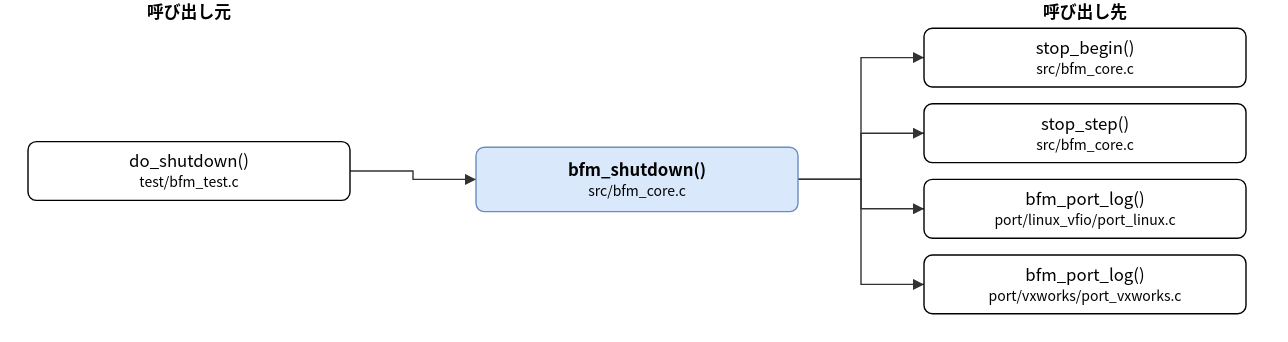
Above: doc/spec/images/call_src_bfm_core-bfm_shutdown.drawio.svg in hf355051012-ai/bfmem (draw.io), before the change. Source tidied: cells renumbered, new cells last; positions are measured from the earlier drawing's top-left corner, leaving out a move shared by most shapes.
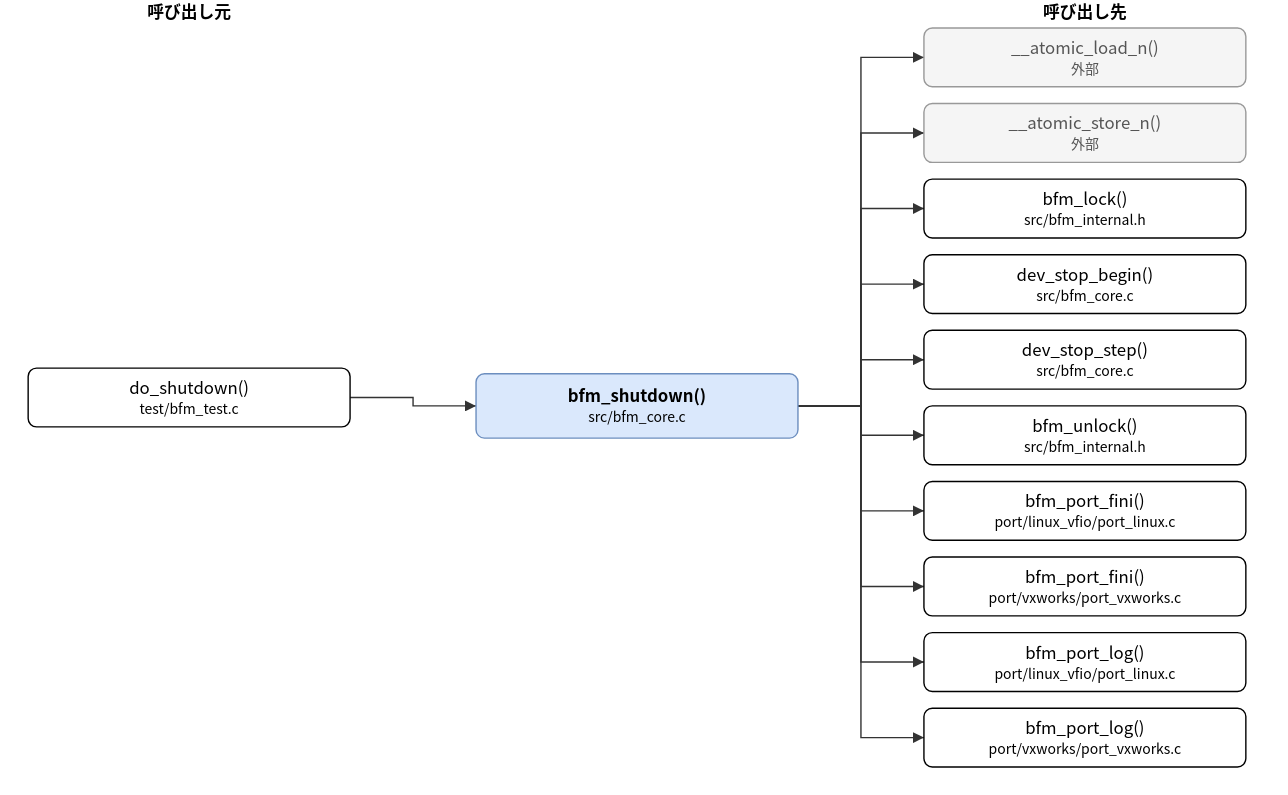
The same file after the commit.

What changed in the source:
```diff
@@ -3,35 +3,53 @@
     <mxCell id="0" />
     <mxCell id="1" parent="0" />
     <mxCell id="2" value="bfm_shutdown()&lt;br&gt;&lt;font style=&quot;font-size:10px&quot;&gt;src/bfm_core.c&lt;/font&gt;" style="rounded=1;whiteSpace=wrap;html=1;fillColor=#dae8fc;strokeColor=#6c8ebf;fontStyle=1;" parent="1" vertex="1">
-      <mxGeometry x="320" y="105" width="230" height="46" as="geometry" />
+      <mxGeometry x="320" y="267" width="230" height="46" as="geometry" />
     </mxCell>
     <mxCell id="3" value="do_shutdown()&lt;br&gt;&lt;font style=&quot;font-size:10px&quot;&gt;test/bfm_test.c&lt;/font&gt;" style="rounded=1;whiteSpace=wrap;html=1;" parent="1" vertex="1">
-      <mxGeometry y="101" width="230" height="42" as="geometry" />
+      <mxGeometry y="263" width="230" height="42" as="geometry" />
     </mxCell>
-    <mxCell id="4" value="stop_begin()&lt;br&gt;&lt;font style=&quot;font-size:10px&quot;&gt;src/bfm_core.c&lt;/font&gt;" style="rounded=1;whiteSpace=wrap;html=1;" parent="1" vertex="1">
+    <mxCell id="4" value="__atomic_load_n()&lt;br&gt;&lt;font style=&quot;font-size:10px&quot;&gt;外部&lt;/font&gt;" style="rounded=1;whiteSpace=wrap;html=1;fillColor=#f5f5f5;strokeColor=#999999;fontColor=#555555;" parent="1" vertex="1">
       <mxGeometry x="640" y="20" width="230" height="42" as="geometry" />
     </mxCell>
-    <mxCell id="5" value="stop_step()&lt;br&gt;&lt;font style=&quot;font-size:10px&quot;&gt;src/bfm_core.c&lt;/font&gt;" style="rounded=1;whiteSpace=wrap;html=1;" parent="1" vertex="1">
+    <mxCell id="5" value="__atomic_store_n()&lt;br&gt;&lt;font style=&quot;font-size:10px&quot;&gt;外部&lt;/font&gt;" style="rounded=1;whiteSpace=wrap;html=1;fillColor=#f5f5f5;strokeColor=#999999;fontColor=#555555;" parent="1" vertex="1">
       <mxGeometry x="640" y="74" width="230" height="42" as="geometry" />
     </mxCell>
-    <mxCell id="6" value="bfm_port_log()&lt;br&gt;&lt;font style=&quot;font-size:10px&quot;&gt;port/linux_vfio/port_linux.c&lt;/font&gt;" style="rounded=1;whiteSpace=wrap;html=1;" parent="1" vertex="1">
+    <mxCell id="6" value="bfm_lock()&lt;br&gt;&lt;font style=&quot;font-size:10px&quot;&gt;src/bfm_internal.h&lt;/font&gt;" style="rounded=1;whiteSpace=wrap;html=1;" parent="1" vertex="1">
       <mxGeometry x="640" y="128" width="230" height="42" as="geometry" />
     </mxCell>
-    <mxCell id="7" value="bfm_port_log()&lt;br&gt;&lt;font style=&quot;font-size:10px&quot;&gt;port/vxworks/port_vxworks.c&lt;/font&gt;" style="rounded=1;whiteSpace=wrap;html=1;" parent="1" vertex="1">
+    <mxCell id="7" value="dev_stop_begin()&lt;br&gt;&lt;font style=&quot;font-size:10px&quot;&gt;src/bfm_core.c&lt;/font&gt;" style="rounded=1;whiteSpace=wrap;html=1;" parent="1" vertex="1">
       <mxGeometry x="640" y="182" width="230" height="42" as="geometry" />
     </mxCell>
+    <mxCell id="15" value="dev_stop_step()&lt;br&gt;&lt;font style=&quot;font-size:10px&quot;&gt;src/bfm_core.c&lt;/font&gt;" style="rounded=1;whiteSpace=wrap;html=1;" parent="1" vertex="1">
+      <mxGeometry x="640" y="236" width="230" height="42" as="geometry" />
+    </mxCell>
+    <mxCell id="16" value="bfm_unlock()&lt;br&gt;&lt;font style=&quot;font-size:10px&quot;&gt;src/bfm_internal.h&lt;/font&gt;" style="rounded=1;whiteSpace=wrap;html=1;" parent="1" vertex="1">
+      <mxGeometry x="640" y="290" width="230" height="42" as="geometry" />
+    </mxCell>
+    <mxCell id="17" value="bfm_port_fini()&lt;br&gt;&lt;font style=&quot;font-size:10px&quot;&gt;port/linux_vfio/port_linux.c&lt;/font&gt;" style="rounded=1;whiteSpace=wrap;html=1;" parent="1" vertex="1">
+      <mxGeometry x="640" y="344" width="230" height="42" as="geometry" />
+    </mxCell>
+    <mxCell id="18" value="bfm_port_fini()&lt;br&gt;&lt;font style=&quot;font-size:10px&quot;&gt;port/vxworks/port_vxworks.c&lt;/font&gt;" style="rounded=1;whiteSpace=wrap;html=1;" parent="1" vertex="1">
+      <mxGeometry x="640" y="398" width="230" height="42" as="geometry" />
+    </mxCell>
+    <mxCell id="19" value="bfm_port_log()&lt;br&gt;&lt;font style=&quot;font-size:10px&quot;&gt;port/linux_vfio/port_linux.c&lt;/font&gt;" style="rounded=1;whiteSpace=wrap;html=1;" parent="1" vertex="1">
+      <mxGeometry x="640" y="452" width="230" height="42" as="geometry" />
+    </mxCell>
+    <mxCell id="20" value="bfm_port_log()&lt;br&gt;&lt;font style=&quot;font-size:10px&quot;&gt;port/vxworks/port_vxworks.c&lt;/font&gt;" style="rounded=1;whiteSpace=wrap;html=1;" parent="1" vertex="1">
+      <mxGeometry x="640" y="506" width="230" height="42" as="geometry" />
+    </mxCell>
     <mxCell id="8" style="edgeStyle=none;html=1;rounded=0;endArrow=block;endFill=1;exitX=1.0000;exitY=0.5000;exitDx=0;exitDy=0;exitPerimeter=0;entryX=0.0000;entryY=0.5000;entryDx=0;entryDy=0;entryPerimeter=0;" parent="1" edge="1" source="3" target="2">
       <mxGeometry relative="1" as="geometry">
         <Array as="points">
-          <mxPoint x="275" y="122" />
-          <mxPoint x="275" y="128" />
+          <mxPoint x="275" y="284" />
+          <mxPoint x="275" y="290" />
         </Array>
       </mxGeometry>
     </mxCell>
     <mxCell id="9" style="edgeStyle=none;html=1;rounded=0;endArrow=block;endFill=1;exitX=1.0000;exitY=0.5000;exitDx=0;exitDy=0;exitPerimeter=0;entryX=0.0000;entryY=0.5000;entryDx=0;entryDy=0;entryPerimeter=0;" parent="1" edge="1" source="2" target="4">
       <mxGeometry relative="1" as="geometry">
         <Array as="points">
-          <mxPoint x="595" y="128" />
+          <mxPoint x="595" y="290" />
           <mxPoint x="595" y="41" />
         </Array>
       </mxGeometry>
@@ -39,7 +57,7 @@
     <mxCell id="10" style="edgeStyle=none;html=1;rounded=0;endArrow=block;endFill=1;exitX=1.0000;exitY=0.5000;exitDx=0;exitDy=0;exitPerimeter=0;entryX=0.0000;entryY=0.5000;entryDx=0;entryDy=0;entryPerimeter=0;" parent="1" edge="1" source="2" target="5">
       <mxGeometry relative="1" as="geometry">
         <Array as="points">
-          <mxPoint x="595" y="128" />
+          <mxPoint x="595" y="290" />
           <mxPoint x="595" y="95" />
         </Array>
       </mxGeometry>
@@ -47,7 +65,7 @@
     <mxCell id="11" style="edgeStyle=none;html=1;rounded=0;endArrow=block;endFill=1;exitX=1.0000;exitY=0.5000;exitDx=0;exitDy=0;exitPerimeter=0;entryX=0.0000;entryY=0.5000;entryDx=0;entryDy=0;entryPerimeter=0;" parent="1" edge="1" source="2" target="6">
       <mxGeometry relative="1" as="geometry">
         <Array as="points">
-          <mxPoint x="595" y="128" />
+          <mxPoint x="595" y="290" />
           <mxPoint x="595" y="149" />
         </Array>
       </mxGeometry>
@@ -55,11 +73,59 @@
     <mxCell id="12" style="edgeStyle=none;html=1;rounded=0;endArrow=block;endFill=1;exitX=1.0000;exitY=0.5000;exitDx=0;exitDy=0;exitPerimeter=0;entryX=0.0000;entryY=0.5000;entryDx=0;entryDy=0;entryPerimeter=0;" parent="1" edge="1" source="2" target="7">
       <mxGeometry relative="1" as="geometry">
         <Array as="points">
-          <mxPoint x="595" y="128" />
+          <mxPoint x="595" y="290" />
           <mxPoint x="595" y="203" />
         </Array>
       </mxGeometry>
     </mxCell>
+    <mxCell id="21" style="edgeStyle=none;html=1;rounded=0;endArrow=block;endFill=1;exitX=1.0000;exitY=0.5000;exitDx=0;exitDy=0;exitPerimeter=0;entryX=0.0000;entryY=0.5000;entryDx=0;entryDy=0;entryPerimeter=0;" parent="1" edge="1" source="2" target="15">
+      <mxGeometry relative="1" as="geometry">
+        <Array as="points">
+          <mxPoint x="595" y="290" />
+          <mxPoint x="595" y="257" />
+        </Array>
+      </mxGeometry>
+    </mxCell>
+    <mxCell id="22" style="edgeStyle=none;html=1;rounded=0;endArrow=block;endFill=1;exitX=1.0000;exitY=0.5000;exitDx=0;exitDy=0;exitPerimeter=0;entryX=0.0000;entryY=0.5000;entryDx=0;entryDy=0;entryPerimeter=0;" parent="1" edge="1" source="2" target="16">
+      <mxGeometry relative="1" as="geometry">
+        <Array as="points">
+          <mxPoint x="595" y="290" />
+          <mxPoint x="595" y="311" />
+        </Array>
+      </mxGeometry>
+    </mxCell>
+    <mxCell id="23" style="edgeStyle=none;html=1;rounded=0;endArrow=block;endFill=1;exitX=1.0000;exitY=0.5000;exitDx=0;exitDy=0;exitPerimeter=0;entryX=0.0000;entryY=0.5000;entryDx=0;entryDy=0;entryPerimeter=0;" parent="1" edge="1" source="2" target="17">
+      <mxGeometry relative="1" as="geometry">
+        <Array as="points">
+          <mxPoint x="595" y="290" />
+          <mxPoint x="595" y="365" />
+        </Array>
+      </mxGeometry>
+    </mxCell>
+    <mxCell id="24" style="edgeStyle=none;html=1;rounded=0;endArrow=block;endFill=1;exitX=1.0000;exitY=0.5000;exitDx=0;exitDy=0;exitPerimeter=0;entryX=0.0000;entryY=0.5000;entryDx=0;entryDy=0;entryPerimeter=0;" parent="1" edge="1" source="2" target="18">
+      <mxGeometry relative="1" as="geometry">
+        <Array as="points">
+          <mxPoint x="595" y="290" />
+          <mxPoint x="595" y="419" />
+        </Array>
+      </mxGeometry>
+    </mxCell>
+    <mxCell id="25" style="edgeStyle=none;html=1;rounded=0;endArrow=block;endFill=1;exitX=1.0000;exitY=0.5000;exitDx=0;exitDy=0;exitPerimeter=0;entryX=0.0000;entryY=0.5000;entryDx=0;entryDy=0;entryPerimeter=0;" parent="1" edge="1" source="2" target="19">
+      <mxGeometry relative="1" as="geometry">
+        <Array as="points">
+          <mxPoint x="595" y="290" />
+          <mxPoint x="595" y="473" />
+        </Array>
+      </mxGeometry>
+    </mxCell>
+    <mxCell id="26" style="edgeStyle=none;html=1;rounded=0;endArrow=block;endFill=1;exitX=1.0000;exitY=0.5000;exitDx=0;exitDy=0;exitPerimeter=0;entryX=0.0000;entryY=0.5000;entryDx=0;entryDy=0;entryPerimeter=0;" parent="1" edge="1" source="2" target="20">
+      <mxGeometry relative="1" as="geometry">
+        <Array as="points">
+          <mxPoint x="595" y="290" />
+          <mxPoint x="595" y="527" />
+        </Array>
+      </mxGeometry>
+    </mxCell>
     <mxCell id="13" value="呼び出し元" style="text;html=1;align=center;fontStyle=1;" parent="1" vertex="1">
       <mxGeometry x="35" width="160" height="18" as="geometry" />
     </mxCell>
```
